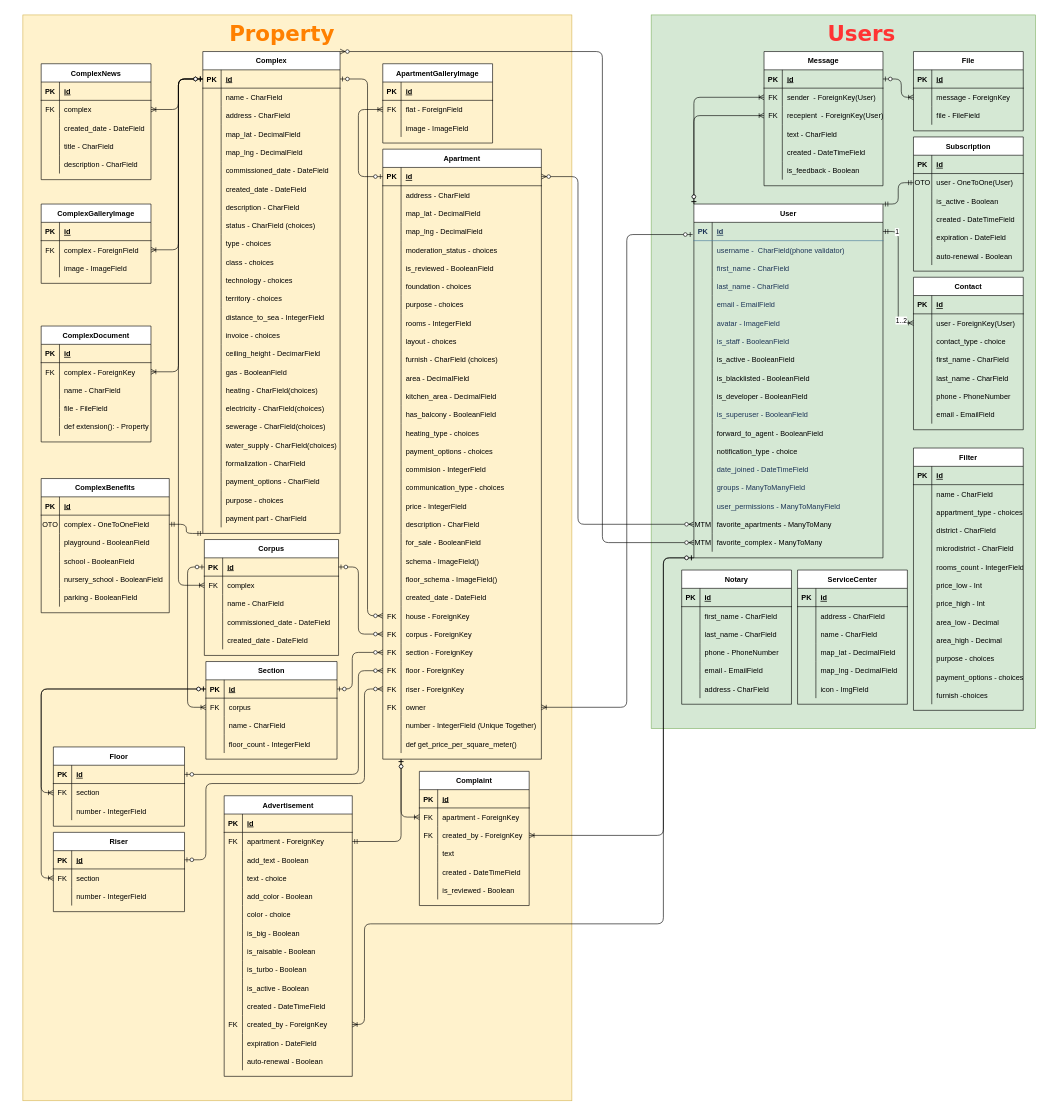
Earlier version of the draw.io diagram diagrams/db.drawio (Rey092/SwipeApp). Source tidied: cells renumbered, new cells numbered last; positions are measured from the earlier drawing's top-left corner, leaving out a move shared by most shapes. Both pictures are drawn from the tidied source at 61%, with x=0, y=0 at pixel (10, 15).
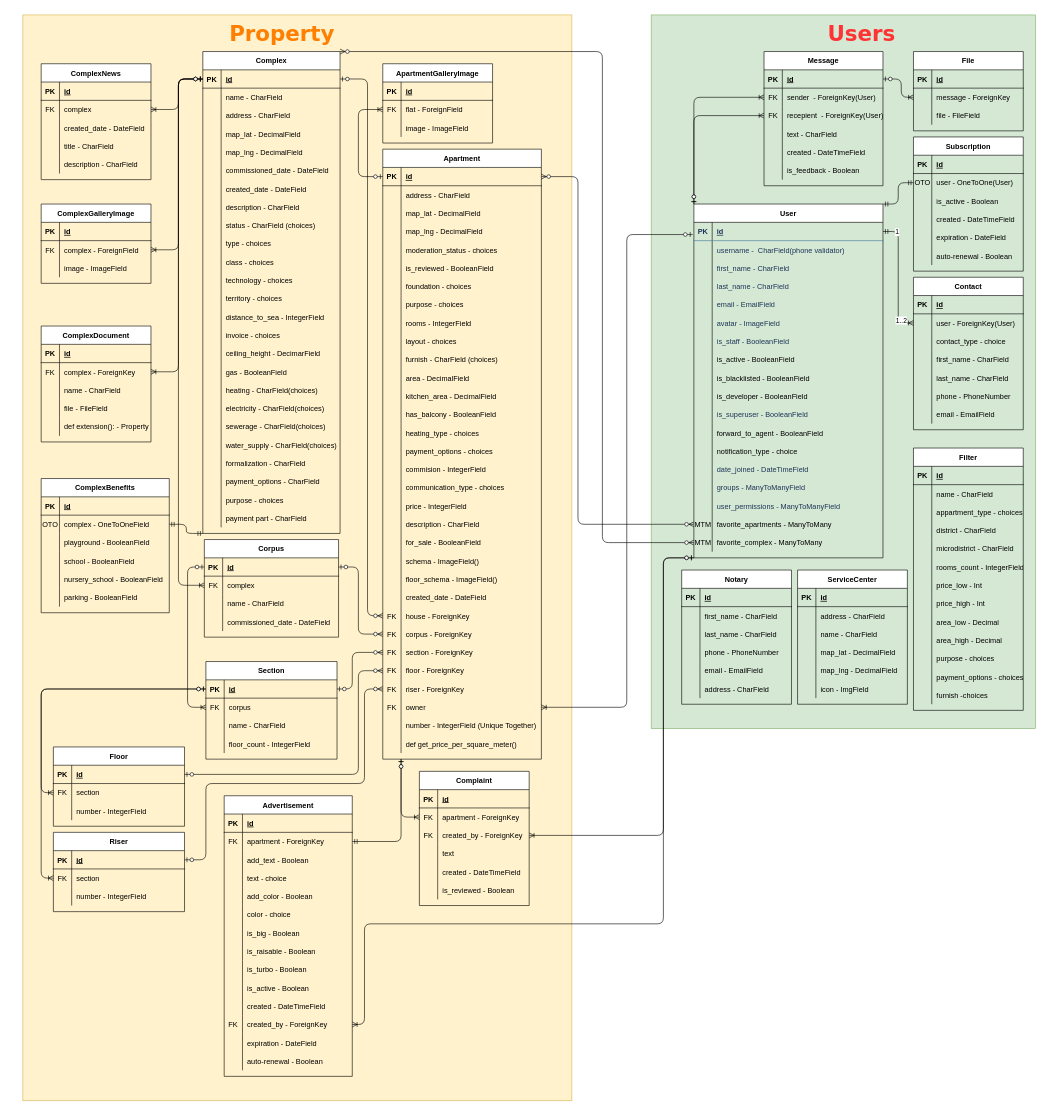
After the change.

Unchanged cells that the change refers to:
```xml
<mxCell id="3" style="group;" parent="1" vertex="1">
  <mxGeometry y="60" width="915" height="1680" as="geometry" />
</mxCell>
```

The edit, as a diff of the source:
```diff
@@
     <mxCell id="187" value="Corpus" style="shape=table;startSize=30;childLayout=tableLayout;rowLines=0;fontStyle=1;align=center;" parent="3" vertex="1">
-      <mxGeometry x="317.5" y="800" width="220" height="190" as="geometry" />
+      <mxGeometry x="317.5" y="800" width="220" height="160" as="geometry" />
     </mxCell>
@@
-    <mxCell id="200" style="shape=partialRectangle;fillColor=none;top=0;left=0;bottom=0;right=0;" parent="187" vertex="1">
-      <mxGeometry y="150" width="220" height="30" as="geometry" />
-    </mxCell>
-    <mxCell id="201" style="shape=partialRectangle;fillColor=none;top=0;left=0;bottom=0;right=0;overflow=hidden;" parent="200" vertex="1">
-      <mxGeometry width="30" height="30" as="geometry" />
-    </mxCell>
-    <mxCell id="202" value="created_date - DateField" style="shape=partialRectangle;fillColor=none;top=0;left=0;bottom=0;right=0;align=left;spacingLeft=6;overflow=hidden;" parent="200" vertex="1">
-      <mxGeometry x="30" width="190" height="30" as="geometry" />
-    </mxCell>
```
